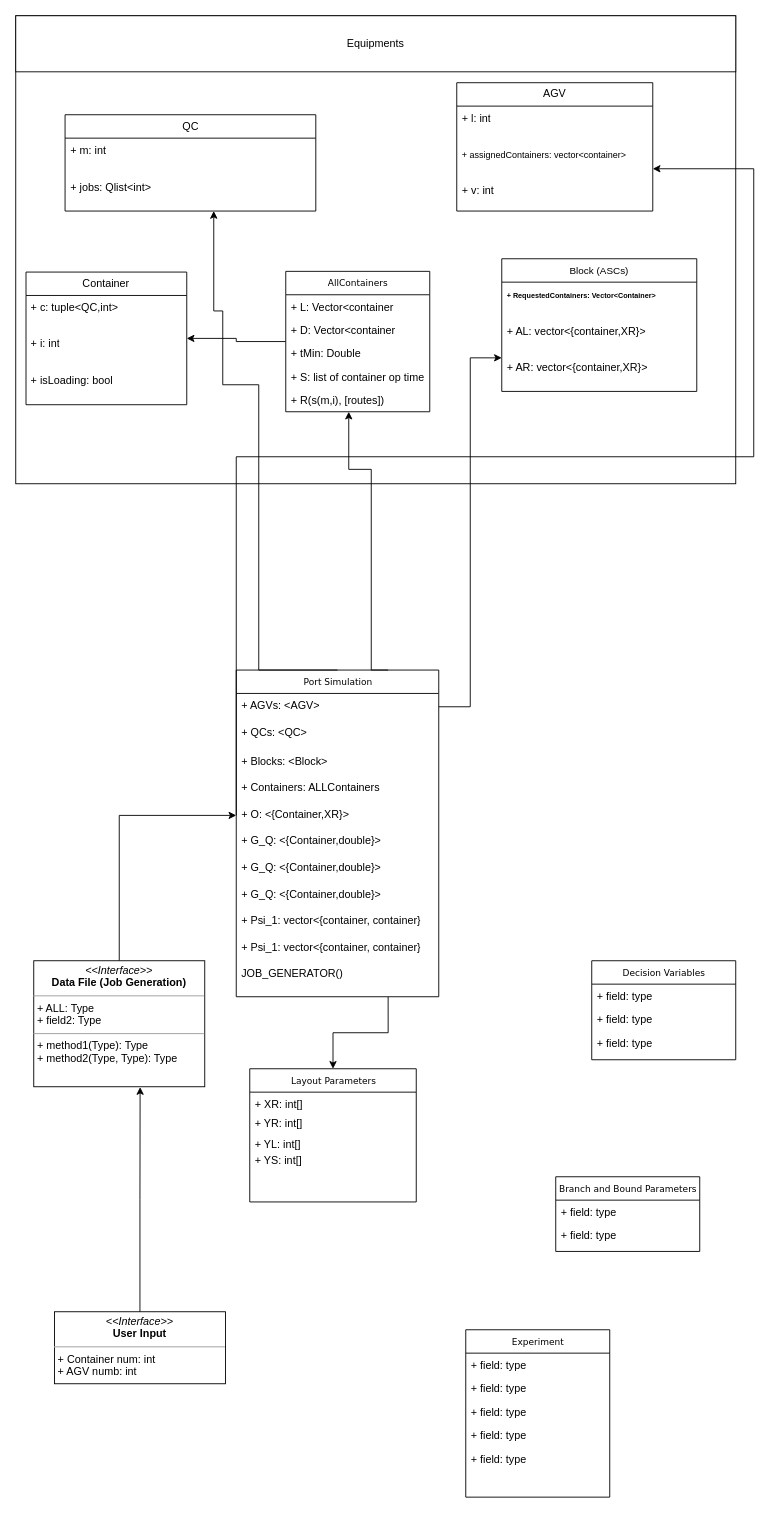
amireza007/AGV-Project keeps this draw.io diagram as AGV-Conflict-Free/BBAPP_UML.drawio. Above is the earlier version. Source tidied: cells renumbered, new cells numbered last; positions are measured from the earlier drawing's top-left corner, leaving out a move shared by most shapes. Both pictures are drawn from the tidied source at 90%, with x=0, y=0 at pixel (15, 15).
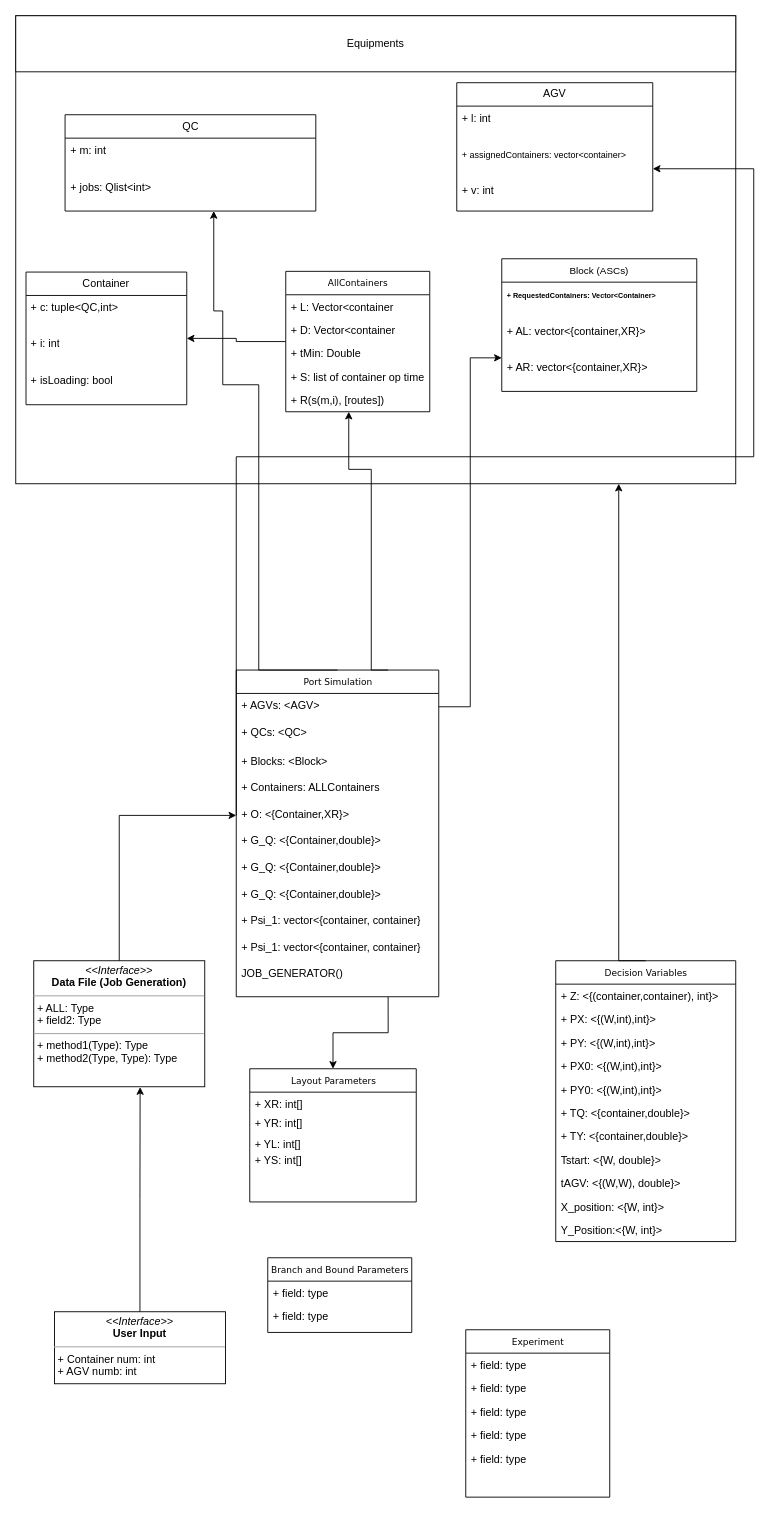
The same diagram, later.

Diff of the diagram source:
```diff
@@
+    <mxCell id="67" style="edgeStyle=orthogonalEdgeStyle;rounded=0;jettySize=auto;html=1;exitX=0.5;exitY=0;exitDx=0;exitDy=0;" parent="1" edge="1" source="8">
+      <mxGeometry relative="1" as="geometry">
+        <mxPoint x="670" y="520" as="targetPoint" />
+        <Array as="points">
+          <mxPoint x="670" y="1050" />
+        </Array>
+      </mxGeometry>
+    </mxCell>
     <mxCell id="8" value="Decision Variables" style="swimlane;html=1;fontStyle=0;horizontal=1;startSize=26;fillColor=none;swimlaneFillColor=#ffffff;rounded=0;shadow=0;comic=0;labelBackgroundColor=none;strokeWidth=1;fontFamily=Verdana;fontSize=10;align=center;" parent="1" vertex="1">
-      <mxGeometry x="640" y="1050" width="160" height="110" as="geometry" />
+      <mxGeometry x="600" y="1050" width="200" height="312" as="geometry" />
     </mxCell>
-    <mxCell id="9" value="+ field: type" style="text;html=1;strokeColor=none;fillColor=none;align=left;verticalAlign=top;spacingLeft=4;spacingRight=4;whiteSpace=wrap;overflow=hidden;" parent="8" vertex="1">
-      <mxGeometry y="26" width="160" height="26" as="geometry" />
+    <mxCell id="9" value="+ Z: &amp;lt;{(container,container), int}&amp;gt;" style="text;html=1;strokeColor=none;fillColor=none;align=left;verticalAlign=top;spacingLeft=4;spacingRight=4;whiteSpace=wrap;overflow=hidden;" parent="8" vertex="1">
+      <mxGeometry y="26" width="200" height="26" as="geometry" />
     </mxCell>
-    <mxCell id="10" value="+ field: type" style="text;html=1;strokeColor=none;fillColor=none;align=left;verticalAlign=top;spacingLeft=4;spacingRight=4;whiteSpace=wrap;overflow=hidden;" parent="8" vertex="1">
-      <mxGeometry y="52" width="160" height="26" as="geometry" />
+    <mxCell id="10" value="+ PX: &amp;lt;{(W,int),int}&amp;gt;" style="text;html=1;strokeColor=none;fillColor=none;align=left;verticalAlign=top;spacingLeft=4;spacingRight=4;whiteSpace=wrap;overflow=hidden;" parent="8" vertex="1">
+      <mxGeometry y="52" width="200" height="26" as="geometry" />
     </mxCell>
-    <mxCell id="11" value="+ field: type" style="text;html=1;strokeColor=none;fillColor=none;align=left;verticalAlign=top;spacingLeft=4;spacingRight=4;whiteSpace=wrap;overflow=hidden;" parent="8" vertex="1">
-      <mxGeometry y="78" width="160" height="26" as="geometry" />
+    <mxCell id="11" value="+ PY: &amp;lt;{(W,int),int}&amp;gt;" style="text;html=1;strokeColor=none;fillColor=none;align=left;verticalAlign=top;spacingLeft=4;spacingRight=4;whiteSpace=wrap;overflow=hidden;" parent="8" vertex="1">
+      <mxGeometry y="78" width="200" height="26" as="geometry" />
     </mxCell>
+    <mxCell id="68" value="+ PX0: &amp;lt;{(W,int),int}&amp;gt;" style="text;html=1;strokeColor=none;fillColor=none;align=left;verticalAlign=top;spacingLeft=4;spacingRight=4;whiteSpace=wrap;overflow=hidden;" parent="8" vertex="1">
+      <mxGeometry y="104" width="200" height="26" as="geometry" />
+    </mxCell>
+    <mxCell id="69" value="+ PY0: &amp;lt;{(W,int),int}&amp;gt;" style="text;html=1;strokeColor=none;fillColor=none;align=left;verticalAlign=top;spacingLeft=4;spacingRight=4;whiteSpace=wrap;overflow=hidden;" parent="8" vertex="1">
+      <mxGeometry y="130" width="200" height="26" as="geometry" />
+    </mxCell>
+    <mxCell id="70" value="+ TQ: &amp;lt;{container,double}&amp;gt;" style="text;html=1;strokeColor=none;fillColor=none;align=left;verticalAlign=top;spacingLeft=4;spacingRight=4;whiteSpace=wrap;overflow=hidden;" parent="8" vertex="1">
+      <mxGeometry y="156" width="200" height="26" as="geometry" />
+    </mxCell>
+    <mxCell id="71" value="+ TY: &amp;lt;{container,double}&amp;gt;" style="text;html=1;strokeColor=none;fillColor=none;align=left;verticalAlign=top;spacingLeft=4;spacingRight=4;whiteSpace=wrap;overflow=hidden;" parent="8" vertex="1">
+      <mxGeometry y="182" width="200" height="26" as="geometry" />
+    </mxCell>
+    <mxCell id="72" value="Tstart: &amp;lt;{W, double}&amp;gt;" style="text;html=1;strokeColor=none;fillColor=none;align=left;verticalAlign=top;spacingLeft=4;spacingRight=4;whiteSpace=wrap;overflow=hidden;" parent="8" vertex="1">
+      <mxGeometry y="208" width="200" height="26" as="geometry" />
+    </mxCell>
+    <mxCell id="73" value="tAGV: &amp;lt;{(W,W), double}&amp;gt;" style="text;html=1;strokeColor=none;fillColor=none;align=left;verticalAlign=top;spacingLeft=4;spacingRight=4;whiteSpace=wrap;overflow=hidden;" parent="8" vertex="1">
+      <mxGeometry y="234" width="200" height="26" as="geometry" />
+    </mxCell>
+    <mxCell id="74" value="X_position: &amp;lt;{W, int}&amp;gt;" style="text;html=1;strokeColor=none;fillColor=none;align=left;verticalAlign=top;spacingLeft=4;spacingRight=4;whiteSpace=wrap;overflow=hidden;" parent="8" vertex="1">
+      <mxGeometry y="260" width="200" height="26" as="geometry" />
+    </mxCell>
+    <mxCell id="75" value="Y_Position:&amp;lt;{W, int}&amp;gt;" style="text;html=1;strokeColor=none;fillColor=none;align=left;verticalAlign=top;spacingLeft=4;spacingRight=4;whiteSpace=wrap;overflow=hidden;" parent="8" vertex="1">
+      <mxGeometry y="286" width="200" height="26" as="geometry" />
+    </mxCell>
     <mxCell id="12" value="Branch and Bound Parameters" style="swimlane;html=1;fontStyle=0;horizontal=1;startSize=26;fillColor=none;swimlaneFillColor=#ffffff;rounded=0;shadow=0;comic=0;labelBackgroundColor=none;strokeWidth=1;fontFamily=Verdana;fontSize=10;align=center;" parent="1" vertex="1">
-      <mxGeometry x="600" y="1290" width="160" height="83" as="geometry" />
+      <mxGeometry x="280" y="1380" width="160" height="83" as="geometry" />
     </mxCell>
```
